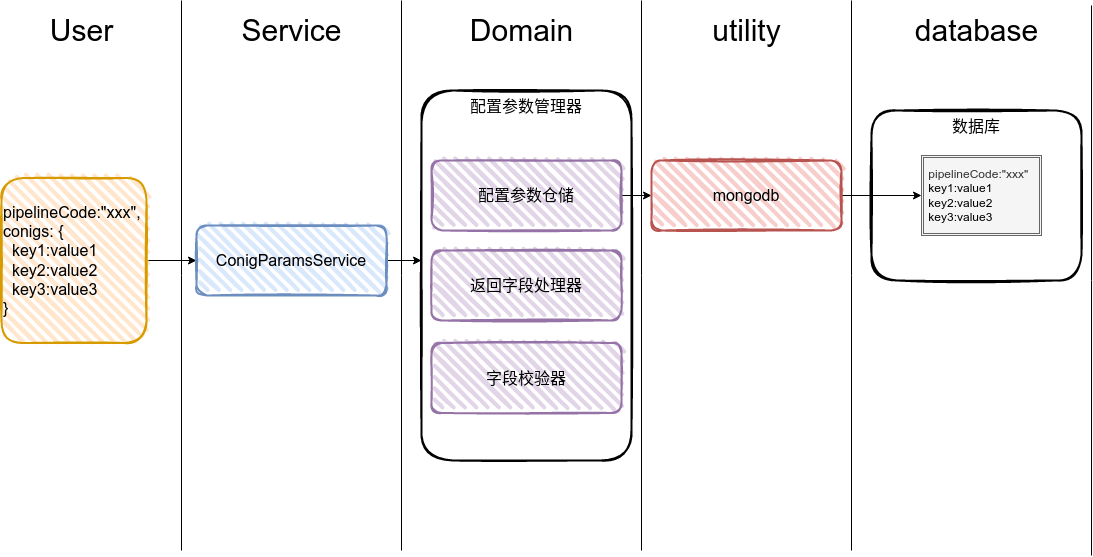
This is testCenter/接口设计.drawio.png from muxicode/c153080686, a draw.io export, as it was before one commit. Source tidied: cells renumbered, new cells last; positions are measured from the earlier drawing's top-left corner, leaving out a move shared by most shapes.
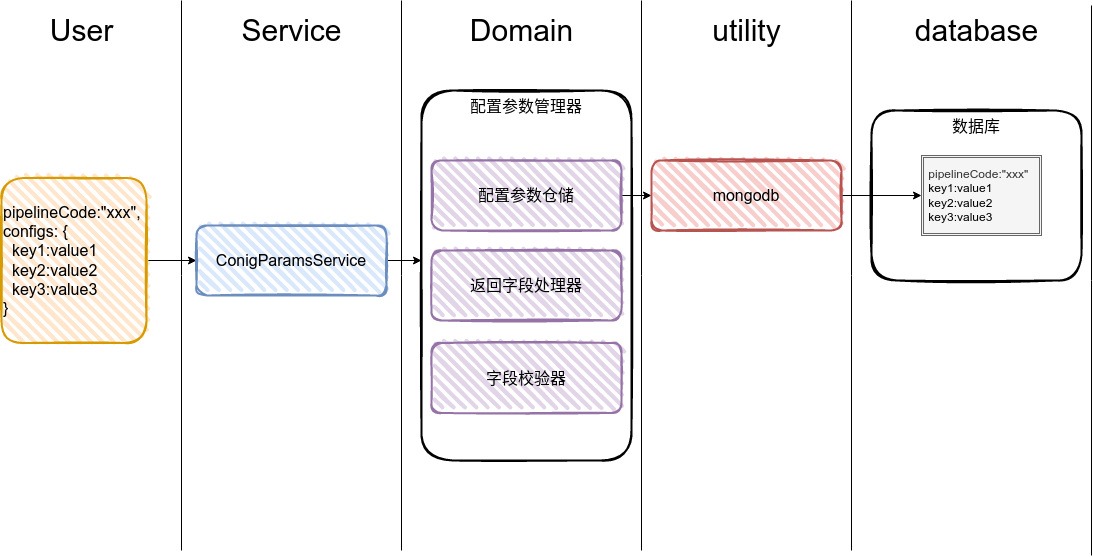
After the change.

Commit message:
更新接口设计.drawio.png

The edit, as a diff of the source:
```diff
@@ -11,7 +11,7 @@
     <mxCell id="4" style="edgeStyle=orthogonalEdgeStyle;rounded=0;jettySize=auto;html=1;exitX=1;exitY=0.5;exitDx=0;exitDy=0;entryX=0;entryY=0.5;entryDx=0;entryDy=0;" parent="1" edge="1" source="5" target="8">
       <mxGeometry relative="1" as="geometry" />
     </mxCell>
-    <mxCell id="5" value="&lt;font style=&quot;font-size: 16px;&quot;&gt;pipelineCode:&quot;xxx&quot;,&lt;br&gt;conigs: {&lt;br&gt;&amp;nbsp; key1:value1&lt;br style=&quot;border-color: var(--border-color);&quot;&gt;&lt;div style=&quot;&quot;&gt;&lt;span style=&quot;background-color: initial;&quot;&gt;&amp;nbsp; key2:value2&lt;/span&gt;&lt;/div&gt;&amp;nbsp; key3:value3&lt;br&gt;}&lt;br&gt;&lt;/font&gt;" style="rounded=1;whiteSpace=wrap;html=1;strokeWidth=2;fillWeight=4;hachureGap=8;hachureAngle=45;fillColor=#ffe6cc;sketch=1;strokeColor=#d79b00;align=left;" parent="1" vertex="1">
+    <mxCell id="5" value="&lt;font style=&quot;font-size: 16px;&quot;&gt;pipelineCode:&quot;xxx&quot;,&lt;br&gt;configs: {&lt;br&gt;&amp;nbsp; key1:value1&lt;br style=&quot;border-color: var(--border-color);&quot;&gt;&lt;div style=&quot;&quot;&gt;&lt;span style=&quot;background-color: initial;&quot;&gt;&amp;nbsp; key2:value2&lt;/span&gt;&lt;/div&gt;&amp;nbsp; key3:value3&lt;br&gt;}&lt;br&gt;&lt;/font&gt;" style="rounded=1;whiteSpace=wrap;html=1;strokeWidth=2;fillWeight=4;hachureGap=8;hachureAngle=45;fillColor=#ffe6cc;sketch=1;strokeColor=#d79b00;align=left;" parent="1" vertex="1">
       <mxGeometry y="177.5" width="145" height="165" as="geometry" />
     </mxCell>
     <mxCell id="6" style="endArrow=none;html=1;rounded=0;" parent="1" edge="1">
```
